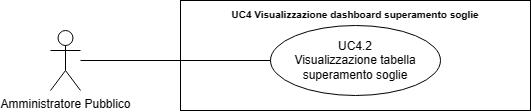
SWATEngineering/Docs keeps this draw.io diagram as src/3_PB/AnalisiDeiRequisiti/assets/UML/UC4.2_Visualizzazione-tabella-superamento-soglie.png. Above is the earlier version. Source tidied: cells renumbered, new cells last; positions are measured from the earlier drawing's top-left corner, leaving out a move shared by most shapes. Its diagram source:
```xml
<mxGraphModel>
  <root>
    <mxCell id="0" />
    <mxCell id="1" parent="0" />
    <mxCell id="2" value="Amministratore Pubblico" style="shape=umlActor;verticalLabelPosition=bottom;verticalAlign=top;html=1;outlineConnect=0;" parent="1" vertex="1">
      <mxGeometry y="30" width="30" height="60" as="geometry" />
    </mxCell>
    <mxCell id="3" value="&lt;b style=&quot;border-color: var(--border-color);&quot;&gt;&lt;font style=&quot;font-size: 10px;&quot;&gt;UC4 Visualizzazione dashboard superamento soglie&lt;/font&gt;&lt;/b&gt;" style="shape=rect;html=1;verticalAlign=top;fontStyle=1;whiteSpace=wrap;align=center;" parent="1" vertex="1">
      <mxGeometry x="130" width="350" height="110" as="geometry" />
    </mxCell>
    <mxCell id="4" value="UC4.2&lt;br&gt;Visualizzazione tabella superamento soglie" style="ellipse;whiteSpace=wrap;html=1;" parent="1" vertex="1">
      <mxGeometry x="220" y="25" width="170" height="70" as="geometry" />
    </mxCell>
    <mxCell id="5" style="edgeStyle=none;html=1;endArrow=none;verticalAlign=bottom;rounded=0;" parent="1" edge="1" source="2" target="4">
      <mxGeometry relative="1" as="geometry" />
    </mxCell>
  </root>
</mxGraphModel>
```
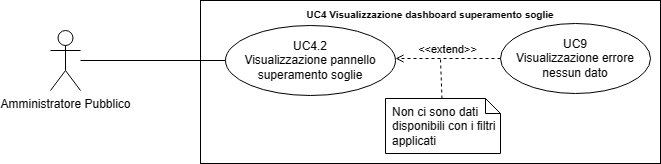
Above is the later version.

Change to the diagram source:
```diff
@@ -3,16 +3,32 @@
     <mxCell id="0" />
     <mxCell id="1" parent="0" />
     <mxCell id="2" value="Amministratore Pubblico" style="shape=umlActor;verticalLabelPosition=bottom;verticalAlign=top;html=1;outlineConnect=0;" parent="1" vertex="1">
-      <mxGeometry y="30" width="30" height="60" as="geometry" />
+      <mxGeometry x="-60" y="927" width="30" height="60" as="geometry" />
     </mxCell>
     <mxCell id="3" value="&lt;b style=&quot;border-color: var(--border-color);&quot;&gt;&lt;font style=&quot;font-size: 10px;&quot;&gt;UC4 Visualizzazione dashboard superamento soglie&lt;/font&gt;&lt;/b&gt;" style="shape=rect;html=1;verticalAlign=top;fontStyle=1;whiteSpace=wrap;align=center;" parent="1" vertex="1">
-      <mxGeometry x="130" width="350" height="110" as="geometry" />
+      <mxGeometry x="90" y="897" width="460" height="163" as="geometry" />
     </mxCell>
-    <mxCell id="4" value="UC4.2&lt;br&gt;Visualizzazione tabella superamento soglie" style="ellipse;whiteSpace=wrap;html=1;" parent="1" vertex="1">
-      <mxGeometry x="220" y="25" width="170" height="70" as="geometry" />
+    <mxCell id="4" value="UC4.2&lt;br&gt;Visualizzazione pannello superamento soglie" style="ellipse;whiteSpace=wrap;html=1;" parent="1" vertex="1">
+      <mxGeometry x="115" y="922" width="170" height="70" as="geometry" />
     </mxCell>
     <mxCell id="5" style="edgeStyle=none;html=1;endArrow=none;verticalAlign=bottom;rounded=0;" parent="1" edge="1" source="2" target="4">
       <mxGeometry relative="1" as="geometry" />
     </mxCell>
+    <mxCell id="6" value="UC9&lt;br&gt;Visualizzazione errore nessun dato" style="ellipse;whiteSpace=wrap;html=1;" parent="1" vertex="1">
+      <mxGeometry x="390" y="920" width="150" height="70" as="geometry" />
+    </mxCell>
+    <mxCell id="7" value="Non ci sono dati disponibili con i filtri applicati" style="shape=note;size=15;spacingLeft=5;align=left;whiteSpace=wrap;" parent="1" vertex="1">
+      <mxGeometry x="275" y="995" width="115" height="55" as="geometry" />
+    </mxCell>
+    <mxCell id="8" style="edgeStyle=none;html=1;endArrow=none;rounded=0;labelBackgroundColor=none;dashed=1;" parent="1" edge="1" source="7">
+      <mxGeometry relative="1" as="geometry">
+        <mxPoint x="330" y="955" as="targetPoint" />
+      </mxGeometry>
+    </mxCell>
+    <mxCell id="9" value="&amp;lt;&amp;lt;extend&amp;gt;&amp;gt;" style="html=1;verticalAlign=bottom;labelBackgroundColor=none;endArrow=open;endFill=0;dashed=1;rounded=0;exitX=0;exitY=0.5;exitDx=0;exitDy=0;entryX=1;entryY=0.5;entryDx=0;entryDy=0;" parent="1" edge="1" source="6">
+      <mxGeometry relative="1" as="geometry">
+        <mxPoint x="285" y="955" as="targetPoint" />
+      </mxGeometry>
+    </mxCell>
   </root>
 </mxGraphModel>
```
